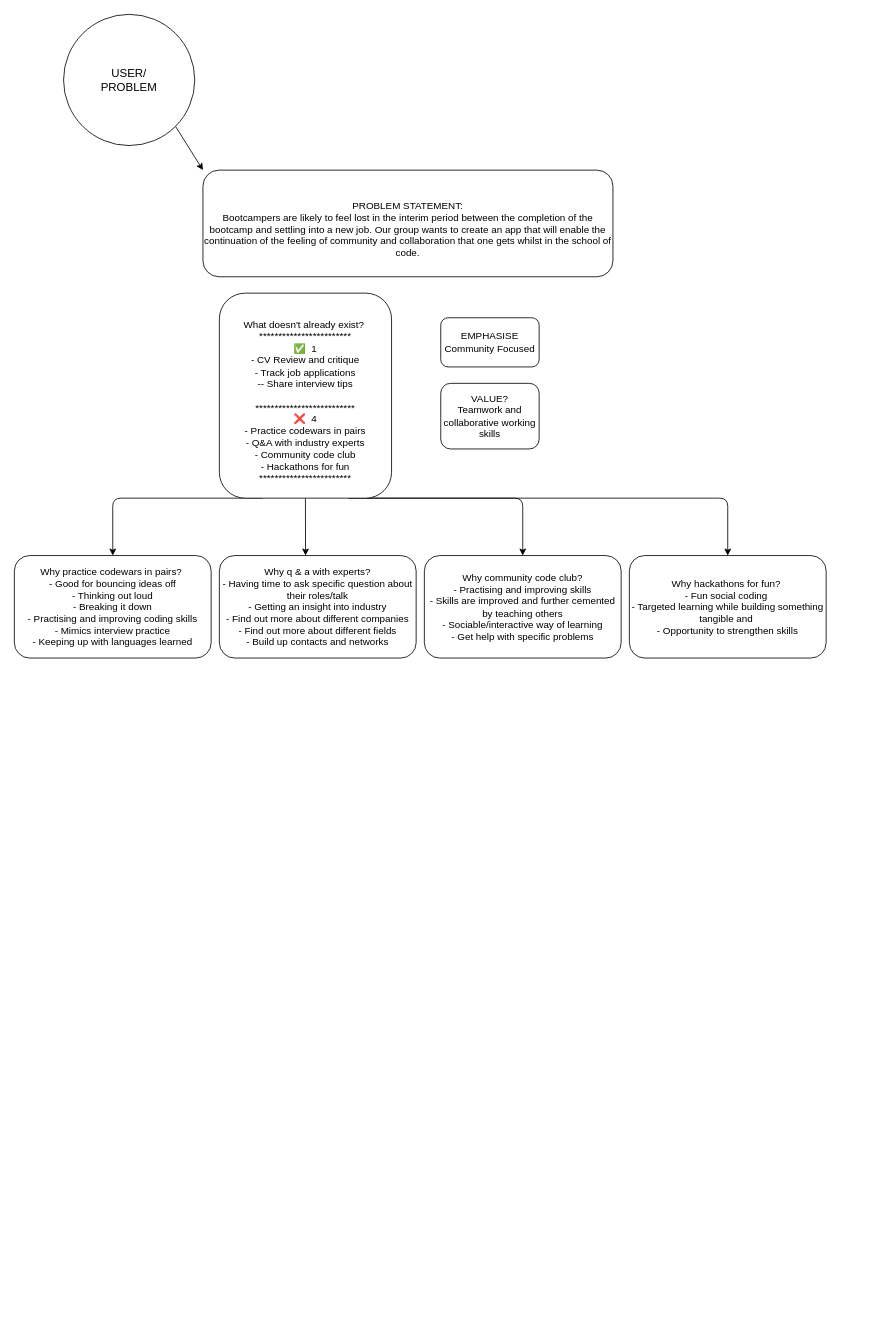
Lindris/final-project-repo-hugs-for-bugs keeps this draw.io diagram as plan.drawio. Above is the earlier version. Source tidied: cells renumbered, new cells numbered last; positions are measured from the earlier drawing's top-left corner, leaving out a move shared by most shapes. Both pictures are drawn from the tidied source at 82%, with x=0, y=0 at pixel (14, 14).
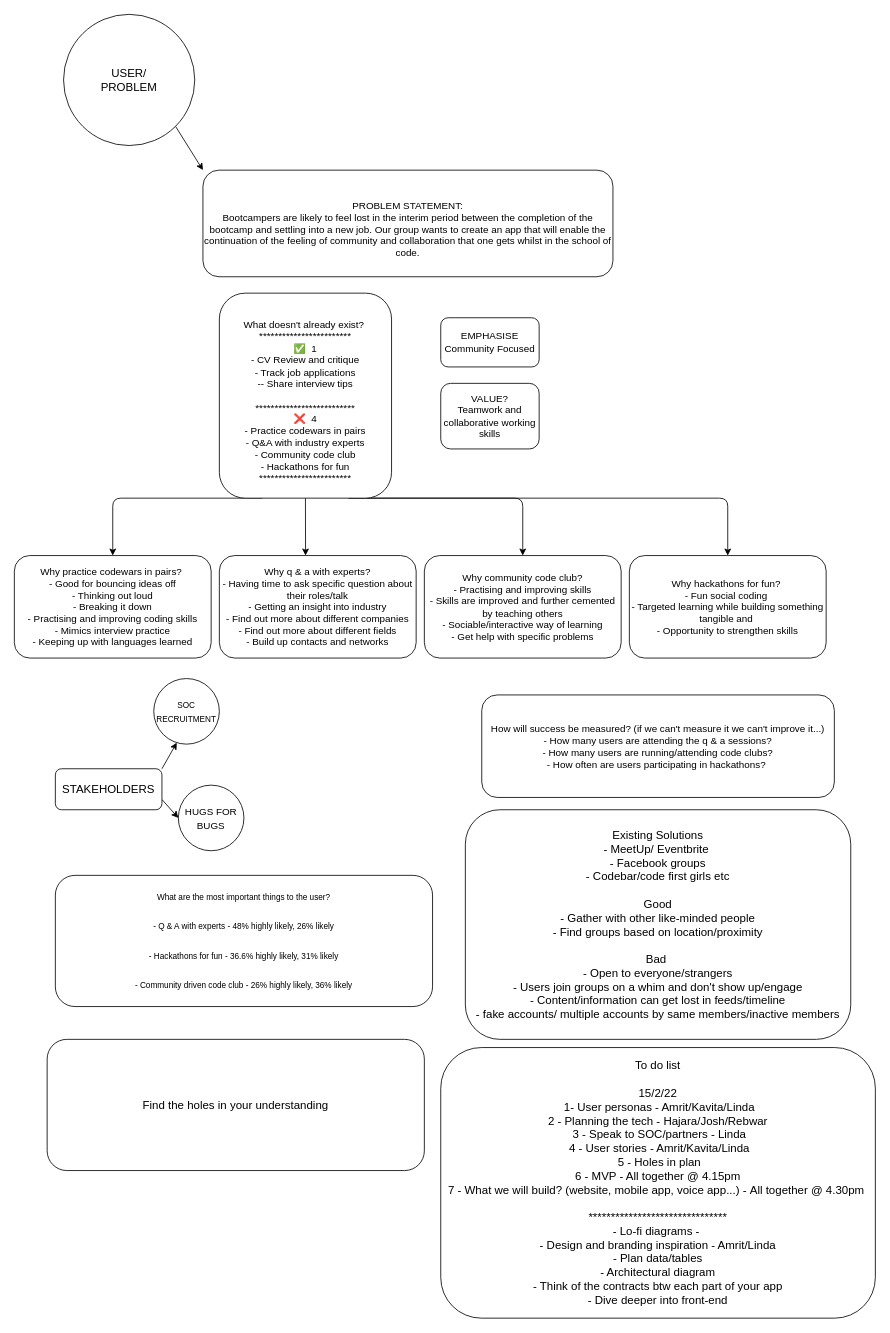
After the change.

What changed in the source:
```diff
@@
+    <mxCell id="16" style="edgeStyle=none;html=1;exitX=1;exitY=0;exitDx=0;exitDy=0;entryX=0.351;entryY=0.977;entryDx=0;entryDy=0;entryPerimeter=0;fontSize=14;" parent="1" edge="1" source="18" target="19">
+      <mxGeometry relative="1" as="geometry" />
+    </mxCell>
+    <mxCell id="17" style="edgeStyle=none;html=1;exitX=1;exitY=0.75;exitDx=0;exitDy=0;entryX=0;entryY=0.5;entryDx=0;entryDy=0;fontSize=14;" parent="1" edge="1" source="18" target="20">
+      <mxGeometry relative="1" as="geometry" />
+    </mxCell>
+    <mxCell id="18" value="STAKEHOLDERS" style="rounded=1;whiteSpace=wrap;html=1;fontSize=14;" parent="1" vertex="1">
+      <mxGeometry x="50" y="920" width="130" height="50" as="geometry" />
+    </mxCell>
+    <mxCell id="19" value="&lt;font style=&quot;font-size: 10px&quot;&gt;SOC RECRUITMENT&lt;/font&gt;" style="ellipse;whiteSpace=wrap;html=1;fontSize=14;" parent="1" vertex="1">
+      <mxGeometry x="170" y="810" width="80" height="80" as="geometry" />
+    </mxCell>
+    <mxCell id="20" value="&lt;font style=&quot;font-size: 12px&quot;&gt;HUGS FOR BUGS&lt;/font&gt;" style="ellipse;whiteSpace=wrap;html=1;fontSize=14;" parent="1" vertex="1">
+      <mxGeometry x="200" y="940" width="80" height="80" as="geometry" />
+    </mxCell>
+    <mxCell id="21" value="How will success be measured? (if we can't measure it we can't improve it...)&lt;br&gt;- How many users are attending the q &amp;amp; a sessions?&lt;br&gt;- How many users are running/attending code clubs?&lt;br&gt;- How often are users participating in hackathons?&amp;nbsp;" style="rounded=1;whiteSpace=wrap;html=1;" parent="1" vertex="1">
+      <mxGeometry x="570" y="830" width="430" height="125" as="geometry" />
+    </mxCell>
+    <mxCell id="22" value="Existing Solutions&lt;br&gt;- MeetUp/ Eventbrite&amp;nbsp;&lt;br&gt;- Facebook groups&lt;br&gt;- Codebar/code first girls etc&lt;br&gt;&lt;br&gt;Good&lt;br&gt;- Gather with other like-minded people&lt;br&gt;- Find groups based on location/proximity&lt;br&gt;&lt;br&gt;Bad&amp;nbsp;&lt;br&gt;- Open to everyone/strangers&lt;br&gt;- Users join groups on a whim and don't show up/engage&lt;br&gt;- Content/information can get lost in feeds/timeline&lt;br&gt;- fake accounts/ multiple accounts by same members/inactive members" style="rounded=1;whiteSpace=wrap;html=1;fontSize=14;" parent="1" vertex="1">
+      <mxGeometry x="550" y="970" width="470" height="280" as="geometry" />
+    </mxCell>
+    <mxCell id="23" value="What are the most important things to the user?&lt;br&gt;&amp;nbsp;&lt;br&gt;&lt;br&gt;- Q &amp;amp; A with experts - 48% highly likely, 26% likely&lt;br&gt;&lt;br&gt;&lt;br&gt;- Hackathons for fun - 36.6% highly likely, 31% likely&lt;br&gt;&lt;br&gt;&lt;br&gt;- Community driven code club - 26% highly likely, 36% likely" style="rounded=1;whiteSpace=wrap;html=1;fontSize=10;" parent="1" vertex="1">
+      <mxGeometry x="50" y="1050" width="460" height="160" as="geometry" />
+    </mxCell>
+    <mxCell id="24" value="&lt;font style=&quot;font-size: 14px&quot;&gt;Find the holes in your understanding&lt;/font&gt;" style="rounded=1;whiteSpace=wrap;html=1;fontSize=10;" parent="1" vertex="1">
+      <mxGeometry x="40" y="1250" width="460" height="160" as="geometry" />
+    </mxCell>
+    <mxCell id="25" value="To do list&lt;br&gt;&lt;br&gt;15/2/22&lt;br&gt;&amp;nbsp;1- User personas - Amrit/Kavita/Linda&lt;br&gt;2 - Planning the tech - Hajara/Josh/Rebwar&lt;br&gt;&amp;nbsp;3 - Speak to SOC/partners - Linda&lt;br&gt;&amp;nbsp;4 - User stories - Amrit/Kavita/Linda&lt;br&gt;&amp;nbsp;5 - Holes in plan&lt;br&gt;6 - MVP - All together @ 4.15pm&lt;br&gt;7 - What we will build? (website, mobile app, voice app...) -&amp;nbsp;All together @ 4.30pm&amp;nbsp;&lt;br&gt;&amp;nbsp;&lt;br&gt;*******************************&lt;br&gt;- Lo-fi diagrams -&amp;nbsp;&lt;br&gt;- Design and branding inspiration - Amrit/Linda&lt;br&gt;- Plan data/tables&lt;br&gt;- Architectural diagram&lt;br&gt;- Think of the contracts btw each part of your app&lt;br&gt;- Dive deeper into front-end" style="rounded=1;whiteSpace=wrap;html=1;fontSize=14;" parent="1" vertex="1">
+      <mxGeometry x="520" y="1260" width="530" height="330" as="geometry" />
+    </mxCell>
```
